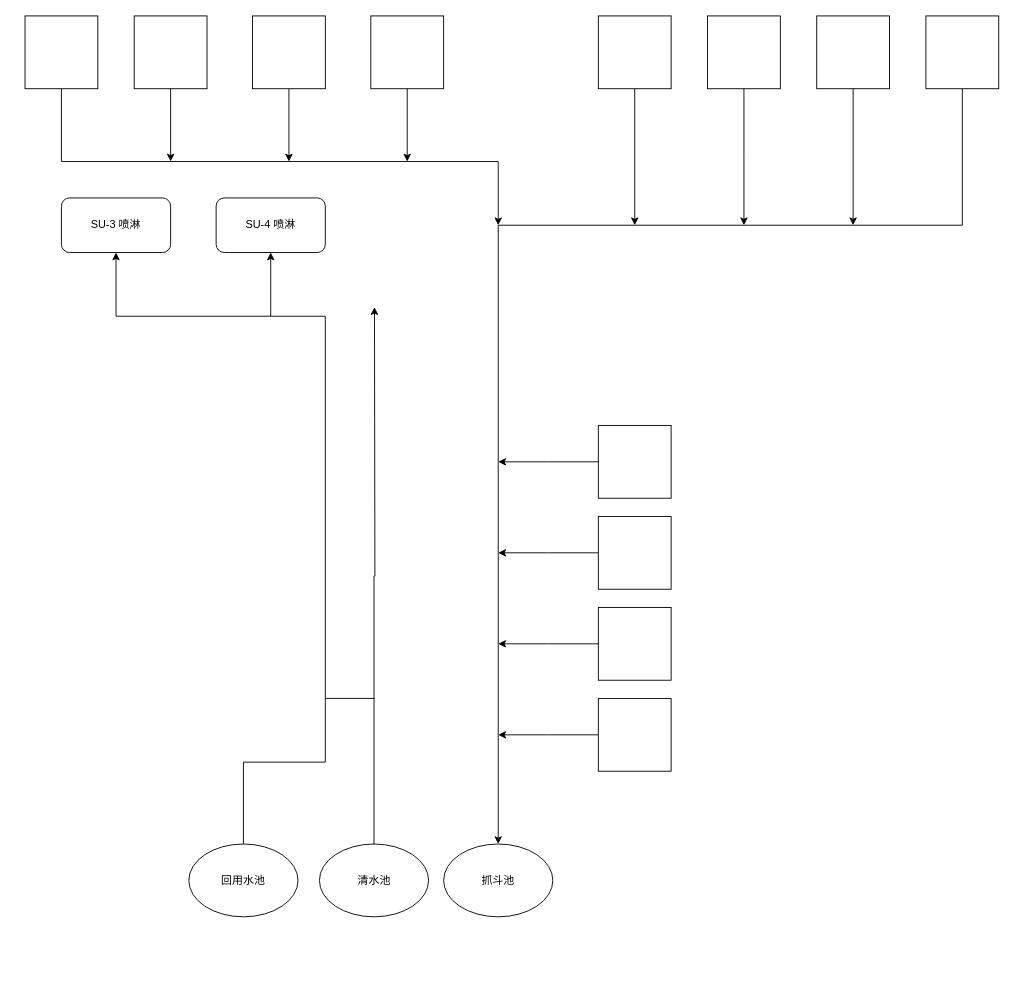
MakiseJiang/Diagrams keeps this draw.io diagram as feishuixitong.drawio. Above is the earlier version. Source tidied: cells renumbered, new cells numbered last; positions are measured from the earlier drawing's top-left corner, leaving out a move shared by most shapes. Both pictures are drawn from the tidied source at 91%, with x=0, y=0 at pixel (25, 15).
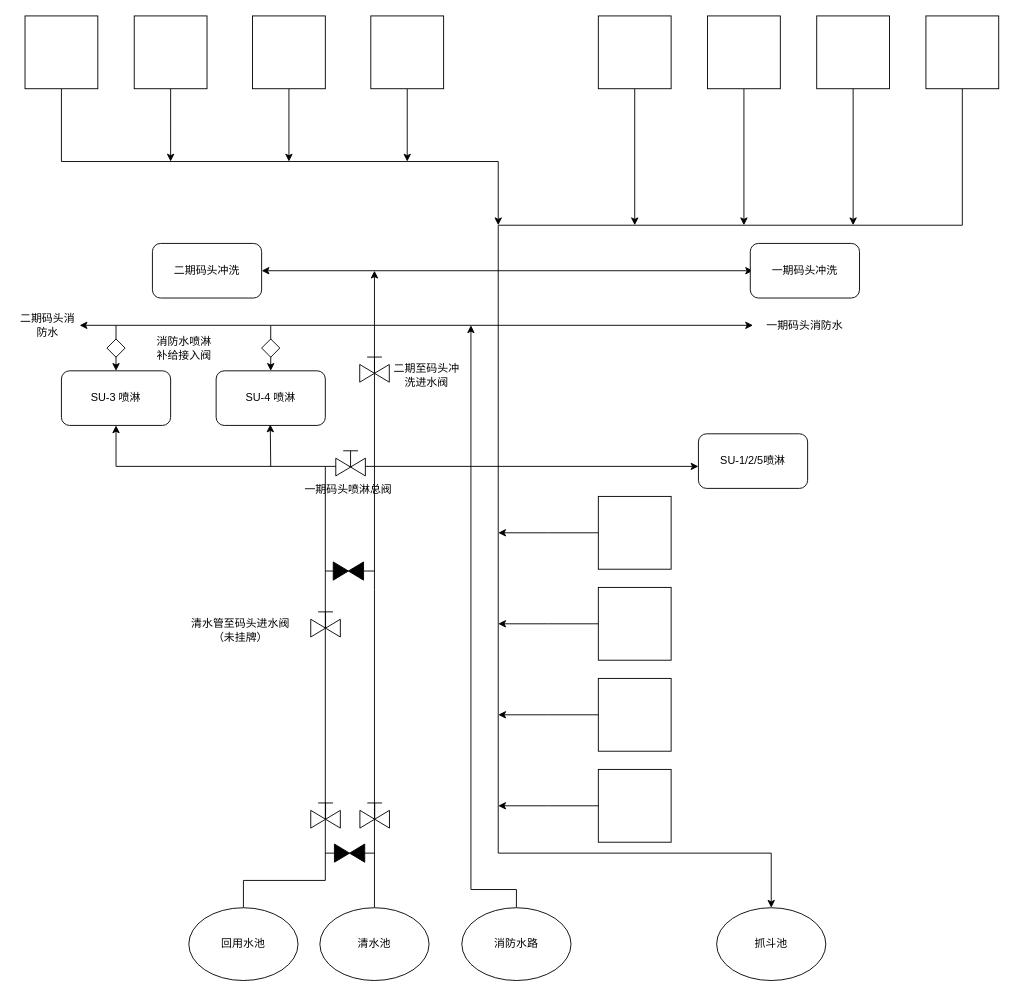
The same page after the edit.

Unchanged cells that the change refers to:
```xml
<mxCell id="17" style="whiteSpace=wrap;html=1;" parent="1" vertex="1">
  <mxGeometry x="990" width="80" height="80" as="geometry" />
</mxCell>
```

Diff of the diagram source:
```diff
@@
-    <mxCell id="16" style="edgeStyle=orthogonalEdgeStyle;rounded=0;jettySize=auto;html=1;exitX=0.5;exitY=1;exitDx=0;exitDy=0;" parent="1" edge="1" source="17">
+    <mxCell id="16" style="edgeStyle=orthogonalEdgeStyle;rounded=0;jettySize=auto;html=1;exitX=0.5;exitY=1;exitDx=0;exitDy=0;entryX=0.5;entryY=0;entryDx=0;entryDy=0;" parent="1" edge="1" source="17" target="30">
       <mxGeometry relative="1" as="geometry">
-        <mxPoint x="520" y="910" as="targetPoint" />
         <Array as="points">
           <mxPoint x="1030" y="230" />
           <mxPoint x="520" y="230" />
+          <mxPoint x="520" y="920" />
         </Array>
       </mxGeometry>
     </mxCell>
@@
-    <mxCell id="18" style="edgeStyle=orthogonalEdgeStyle;rounded=0;jettySize=auto;html=1;exitX=0.5;exitY=0;exitDx=0;exitDy=0;entryX=0.5;entryY=1;entryDx=0;entryDy=0;" parent="1" edge="1" source="19" target="31">
+    <mxCell id="18" style="edgeStyle=orthogonalEdgeStyle;rounded=0;jettySize=auto;html=1;entryX=0.5;entryY=1;entryDx=0;entryDy=0;" parent="1" edge="1" target="31">
       <mxGeometry relative="1" as="geometry">
+        <mxPoint x="240" y="980" as="sourcePoint" />
         <Array as="points">
-          <mxPoint x="240" y="820" />
-          <mxPoint x="330" y="820" />
-          <mxPoint x="330" y="330" />
-          <mxPoint x="100" y="330" />
+          <mxPoint x="240" y="950" />
+          <mxPoint x="330" y="950" />
+          <mxPoint x="330" y="495" />
+          <mxPoint x="100" y="495" />
         </Array>
       </mxGeometry>
     </mxCell>
     <mxCell id="19" value="回用水池" style="ellipse;whiteSpace=wrap;html=1;" parent="1" vertex="1">
-      <mxGeometry x="180" y="910" width="120" height="80" as="geometry" />
+      <mxGeometry x="180" y="980" width="120" height="80" as="geometry" />
     </mxCell>
     <mxCell id="20" style="edgeStyle=orthogonalEdgeStyle;rounded=0;jettySize=auto;html=1;exitX=0.5;exitY=0;exitDx=0;exitDy=0;" parent="1" edge="1" source="21">
       <mxGeometry relative="1" as="geometry">
-        <mxPoint x="384" y="320" as="targetPoint" />
+        <mxPoint x="384" y="280" as="targetPoint" />
       </mxGeometry>
     </mxCell>
     <mxCell id="21" value="清水池" style="ellipse;whiteSpace=wrap;html=1;" parent="1" vertex="1">
-      <mxGeometry x="323.5" y="910" width="120" height="80" as="geometry" />
+      <mxGeometry x="324" y="980" width="120" height="80" as="geometry" />
     </mxCell>
     <mxCell id="22" style="edgeStyle=orthogonalEdgeStyle;rounded=0;jettySize=auto;html=1;exitX=0;exitY=0.5;exitDx=0;exitDy=0;" parent="1" edge="1" source="23">
       <mxGeometry relative="1" as="geometry">
-        <mxPoint x="520" y="790" as="targetPoint" />
+        <mxPoint x="520" y="868" as="targetPoint" />
       </mxGeometry>
     </mxCell>
     <mxCell id="23" style="whiteSpace=wrap;html=1;" parent="1" vertex="1">
-      <mxGeometry x="630" y="750" width="80" height="80" as="geometry" />
+      <mxGeometry x="630" y="828" width="80" height="80" as="geometry" />
     </mxCell>
     <mxCell id="24" style="edgeStyle=orthogonalEdgeStyle;rounded=0;jettySize=auto;html=1;exitX=0;exitY=0.5;exitDx=0;exitDy=0;" parent="1" edge="1" source="25">
       <mxGeometry relative="1" as="geometry">
-        <mxPoint x="520" y="590" as="targetPoint" />
+        <mxPoint x="520" y="668" as="targetPoint" />
       </mxGeometry>
     </mxCell>
     <mxCell id="25" style="whiteSpace=wrap;html=1;" parent="1" vertex="1">
-      <mxGeometry x="630" y="550" width="80" height="80" as="geometry" />
+      <mxGeometry x="630" y="628" width="80" height="80" as="geometry" />
     </mxCell>
     <mxCell id="26" style="edgeStyle=orthogonalEdgeStyle;rounded=0;jettySize=auto;html=1;exitX=0;exitY=0.5;exitDx=0;exitDy=0;" parent="1" edge="1" source="27">
       <mxGeometry relative="1" as="geometry">
-        <mxPoint x="520" y="490" as="targetPoint" />
+        <mxPoint x="520" y="568" as="targetPoint" />
       </mxGeometry>
     </mxCell>
     <mxCell id="27" style="whiteSpace=wrap;html=1;" parent="1" vertex="1">
-      <mxGeometry x="630" y="450" width="80" height="80" as="geometry" />
+      <mxGeometry x="630" y="528" width="80" height="80" as="geometry" />
     </mxCell>
     <mxCell id="28" style="edgeStyle=orthogonalEdgeStyle;rounded=0;jettySize=auto;html=1;exitX=0;exitY=0.5;exitDx=0;exitDy=0;" parent="1" edge="1" source="29">
       <mxGeometry relative="1" as="geometry">
-        <mxPoint x="520" y="690" as="targetPoint" />
+        <mxPoint x="520" y="768" as="targetPoint" />
       </mxGeometry>
     </mxCell>
     <mxCell id="29" style="whiteSpace=wrap;html=1;" parent="1" vertex="1">
-      <mxGeometry x="630" y="650" width="80" height="80" as="geometry" />
+      <mxGeometry x="630" y="728" width="80" height="80" as="geometry" />
     </mxCell>
     <mxCell id="30" value="抓斗池" style="ellipse;whiteSpace=wrap;html=1;" parent="1" vertex="1">
-      <mxGeometry x="460" y="910" width="120" height="80" as="geometry" />
+      <mxGeometry x="760" y="980" width="120" height="80" as="geometry" />
     </mxCell>
     <mxCell id="31" value="SU-3 喷淋" style="rounded=1;whiteSpace=wrap;html=1;" parent="1" vertex="1">
-      <mxGeometry x="40" y="200" width="120" height="60" as="geometry" />
+      <mxGeometry x="40" y="390" width="120" height="60" as="geometry" />
     </mxCell>
     <mxCell id="32" value="SU-4 喷淋" style="rounded=1;whiteSpace=wrap;html=1;" parent="1" vertex="1">
-      <mxGeometry x="210" y="200" width="120" height="60" as="geometry" />
+      <mxGeometry x="210" y="390" width="120" height="60" as="geometry" />
     </mxCell>
-    <mxCell id="33" style="endArrow=classic;html=1;rounded=0;entryX=0.5;entryY=1;entryDx=0;entryDy=0;" parent="1" edge="1" target="32">
+    <mxCell id="33" style="endArrow=classic;html=1;rounded=0;entryX=0.5;entryY=1;entryDx=0;entryDy=0;" parent="1" edge="1">
       <mxGeometry relative="1" as="geometry">
-        <mxPoint x="270" y="330" as="sourcePoint" />
+        <mxPoint x="270" y="495" as="sourcePoint" />
+        <mxPoint x="269.5" y="449" as="targetPoint" />
       </mxGeometry>
     </mxCell>
-    <mxCell id="34" style="endArrow=none;html=1;rounded=0;" parent="1" edge="1">
+    <mxCell id="34" style="endArrow=none;html=1;rounded=0;" parent="1" edge="1" source="40">
       <mxGeometry relative="1" as="geometry">
-        <mxPoint x="384" y="750" as="sourcePoint" />
-        <mxPoint x="330" y="750" as="targetPoint" />
+        <mxPoint x="330" y="610" as="targetPoint" />
       </mxGeometry>
     </mxCell>
+    <mxCell id="35" style="edgeStyle=orthogonalEdgeStyle;rounded=0;jettySize=auto;html=1;exitX=0.5;exitY=0;exitDx=0;exitDy=0;" parent="1" edge="1" source="36">
+      <mxGeometry relative="1" as="geometry">
+        <mxPoint x="490" y="340" as="targetPoint" />
+        <Array as="points">
+          <mxPoint x="540" y="960" />
+          <mxPoint x="490" y="960" />
+          <mxPoint x="490" y="340" />
+        </Array>
+      </mxGeometry>
+    </mxCell>
+    <mxCell id="36" value="消防水路" style="ellipse;whiteSpace=wrap;html=1;" parent="1" vertex="1">
+      <mxGeometry x="480" y="980" width="120" height="80" as="geometry" />
+    </mxCell>
+    <mxCell id="37" style="endArrow=none;html=1;rounded=0;" parent="1" edge="1" source="42">
+      <mxGeometry relative="1" as="geometry">
+        <mxPoint x="330" y="920" as="targetPoint" />
+      </mxGeometry>
+    </mxCell>
+    <mxCell id="38" style="verticalLabelPosition=bottom;align=center;html=1;verticalAlign=top;dashed=0;shape=mxgraph.pid2valves.valve;valveType=gate;actuator=man;" parent="1" vertex="1">
+      <mxGeometry x="314" y="650" width="32.5" height="32.5" as="geometry" />
+    </mxCell>
+    <mxCell id="39" style="endArrow=none;html=1;rounded=0;" parent="1" edge="1" target="40">
+      <mxGeometry relative="1" as="geometry">
+        <mxPoint x="384" y="610" as="sourcePoint" />
+      </mxGeometry>
+    </mxCell>
+    <mxCell id="40" style="verticalLabelPosition=bottom;align=center;html=1;verticalAlign=top;dashed=0;shape=mxgraph.pid2valves.valve;valveType=gate;defState=closed;" parent="1" vertex="1">
+      <mxGeometry x="338.7" y="600" width="33.3" height="20" as="geometry" />
+    </mxCell>
+    <mxCell id="41" style="endArrow=none;html=1;rounded=0;" parent="1" edge="1" target="42">
+      <mxGeometry relative="1" as="geometry">
+        <mxPoint x="384" y="920" as="sourcePoint" />
+      </mxGeometry>
+    </mxCell>
+    <mxCell id="42" style="verticalLabelPosition=bottom;align=center;html=1;verticalAlign=top;dashed=0;shape=mxgraph.pid2valves.valve;valveType=gate;defState=closed;" parent="1" vertex="1">
+      <mxGeometry x="340" y="910" width="33.3" height="20" as="geometry" />
+    </mxCell>
+    <mxCell id="43" style="verticalLabelPosition=bottom;align=center;html=1;verticalAlign=top;dashed=0;shape=mxgraph.pid2valves.valve;valveType=gate;actuator=man;" parent="1" vertex="1">
+      <mxGeometry x="367.8" y="370" width="32.5" height="32.5" as="geometry" />
+    </mxCell>
+    <mxCell id="44" style="endArrow=classic;startArrow=classic;html=1;rounded=0;" parent="1" edge="1">
+      <mxGeometry relative="1" as="geometry">
+        <mxPoint x="260" y="280" as="sourcePoint" />
+        <mxPoint x="800" y="280" as="targetPoint" />
+      </mxGeometry>
+    </mxCell>
+    <mxCell id="45" value="二期码头冲洗" style="rounded=1;whiteSpace=wrap;html=1;" parent="1" vertex="1">
+      <mxGeometry x="140" y="250" width="120" height="60" as="geometry" />
+    </mxCell>
+    <mxCell id="46" style="endArrow=classic;html=1;rounded=0;" parent="1" edge="1">
+      <mxGeometry relative="1" as="geometry">
+        <mxPoint x="330" y="495" as="sourcePoint" />
+        <mxPoint x="740" y="495" as="targetPoint" />
+      </mxGeometry>
+    </mxCell>
+    <mxCell id="47" style="verticalLabelPosition=bottom;align=center;html=1;verticalAlign=top;dashed=0;shape=mxgraph.pid2valves.valve;valveType=gate;actuator=man;" parent="1" vertex="1">
+      <mxGeometry x="341.5" y="473" width="32.5" height="32.5" as="geometry" />
+    </mxCell>
+    <mxCell id="48" value="一期码头冲洗" style="rounded=1;whiteSpace=wrap;html=1;" parent="1" vertex="1">
+      <mxGeometry x="797" y="250" width="120" height="60" as="geometry" />
+    </mxCell>
+    <mxCell id="49" style="verticalLabelPosition=bottom;align=center;html=1;verticalAlign=top;dashed=0;shape=mxgraph.pid2valves.valve;valveType=gate;actuator=man;" parent="1" vertex="1">
+      <mxGeometry x="314" y="860" width="32.5" height="32.5" as="geometry" />
+    </mxCell>
+    <mxCell id="50" style="verticalLabelPosition=bottom;align=center;html=1;verticalAlign=top;dashed=0;shape=mxgraph.pid2valves.valve;valveType=gate;actuator=man;" parent="1" vertex="1">
+      <mxGeometry x="368" y="860" width="32.5" height="32.5" as="geometry" />
+    </mxCell>
+    <mxCell id="51" value="清水管至码头进水阀（未挂牌）" style="text;html=1;whiteSpace=wrap;strokeColor=none;fillColor=none;align=center;verticalAlign=middle;rounded=0;" parent="1" vertex="1">
+      <mxGeometry x="174" y="660" width="126" height="30" as="geometry" />
+    </mxCell>
+    <mxCell id="52" value="二期至码头冲洗进水阀" style="text;html=1;whiteSpace=wrap;strokeColor=none;fillColor=none;align=center;verticalAlign=middle;rounded=0;" parent="1" vertex="1">
+      <mxGeometry x="404.2" y="380" width="74.8" height="30" as="geometry" />
+    </mxCell>
+    <mxCell id="53" value="一期码头喷淋总阀" style="text;html=1;whiteSpace=wrap;strokeColor=none;fillColor=none;align=center;verticalAlign=middle;rounded=0;" parent="1" vertex="1">
+      <mxGeometry x="302" y="505.5" width="106.7" height="30" as="geometry" />
+    </mxCell>
+    <mxCell id="54" value="SU-1/2/5喷淋" style="rounded=1;whiteSpace=wrap;html=1;" parent="1" vertex="1">
+      <mxGeometry x="740" y="459.2" width="120" height="60" as="geometry" />
+    </mxCell>
+    <mxCell id="55" style="endArrow=classic;startArrow=classic;html=1;rounded=0;exitX=0.5;exitY=0;exitDx=0;exitDy=0;" parent="1" edge="1" source="31">
+      <mxGeometry relative="1" as="geometry">
+        <mxPoint x="800" y="340" as="targetPoint" />
+        <Array as="points">
+          <mxPoint x="100" y="340" />
+          <mxPoint x="270" y="340" />
+        </Array>
+      </mxGeometry>
+    </mxCell>
+    <mxCell id="56" style="endArrow=classic;html=1;rounded=0;entryX=0.5;entryY=0;entryDx=0;entryDy=0;" parent="1" edge="1" target="32">
+      <mxGeometry relative="1" as="geometry">
+        <mxPoint x="270" y="340" as="sourcePoint" />
+      </mxGeometry>
+    </mxCell>
+    <mxCell id="57" style="rhombus;whiteSpace=wrap;html=1;" parent="1" vertex="1">
+      <mxGeometry x="90" y="355" width="20" height="20" as="geometry" />
+    </mxCell>
+    <mxCell id="58" value="消防水喷淋补给接入阀" style="text;html=1;whiteSpace=wrap;strokeColor=none;fillColor=none;align=center;verticalAlign=middle;rounded=0;" parent="1" vertex="1">
+      <mxGeometry x="140" y="350" width="70" height="30" as="geometry" />
+    </mxCell>
+    <mxCell id="59" style="rhombus;whiteSpace=wrap;html=1;" parent="1" vertex="1">
+      <mxGeometry x="260" y="355" width="20" height="20" as="geometry" />
+    </mxCell>
+    <mxCell id="60" style="endArrow=classic;html=1;rounded=0;" parent="1" edge="1">
+      <mxGeometry relative="1" as="geometry">
+        <mxPoint x="100" y="340" as="sourcePoint" />
+        <mxPoint x="60" y="340" as="targetPoint" />
+      </mxGeometry>
+    </mxCell>
+    <mxCell id="61" value="二期码头消防水" style="text;html=1;whiteSpace=wrap;strokeColor=none;fillColor=none;align=center;verticalAlign=middle;rounded=0;" parent="1" vertex="1">
+      <mxGeometry x="-10" y="325" width="70" height="30" as="geometry" />
+    </mxCell>
+    <mxCell id="62" value="一期码头消防水" style="text;html=1;whiteSpace=wrap;strokeColor=none;fillColor=none;align=center;verticalAlign=middle;rounded=0;" parent="1" vertex="1">
+      <mxGeometry x="812" y="325" width="90" height="30" as="geometry" />
+    </mxCell>
```
